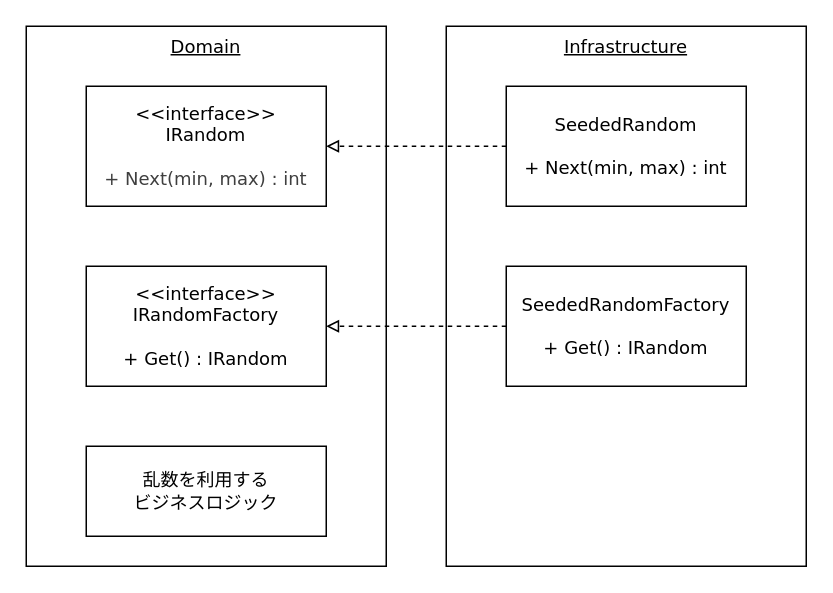
Before: page "Page-1" (1 of 2) of articles/4624baa67a9acc/random.drawio in ushibutatory/tech-images, a draw.io diagram. Source tidied: cells renumbered, new cells numbered last; positions are measured from the earlier drawing's top-left corner, leaving out a move shared by most shapes. Both pictures are drawn from the tidied source at 150%, with x=0, y=0 at pixel (26, 26).
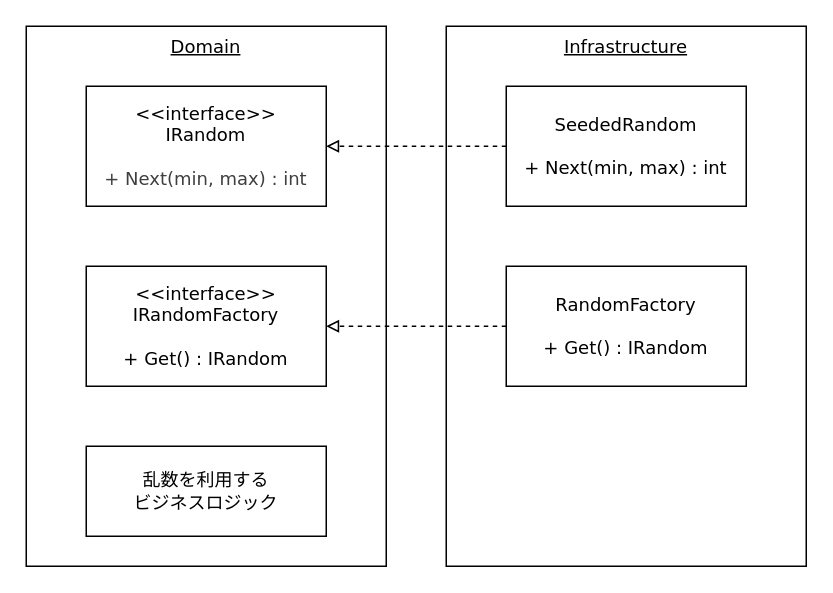
Above is the later version.

Diff of the diagram source:
```diff
@@
 <mxGraphModel background="#ffffff">
   <root>
     <mxCell id="0" />
     <mxCell id="1" parent="0" />
     <mxCell id="2" value="Domain" style="rounded=0;whiteSpace=wrap;html=1;verticalAlign=top;fontStyle=4;fontFamily=Verdana;" parent="1" vertex="1">
       <mxGeometry width="240" height="360" as="geometry" />
     </mxCell>
     <mxCell id="3" value="Infrastructure" style="rounded=0;whiteSpace=wrap;html=1;verticalAlign=top;fontStyle=4;fontFamily=Verdana;" parent="1" vertex="1">
       <mxGeometry x="280" width="240" height="360" as="geometry" />
     </mxCell>
     <mxCell id="4" value="&amp;lt;&amp;lt;interface&amp;gt;&amp;gt;&lt;div&gt;IRandom&lt;br&gt;&lt;/div&gt;&lt;div&gt;&lt;span style=&quot;color: rgb(63, 63, 63); background-color: transparent;&quot;&gt;&lt;br&gt;+ Next(min, max) : int&lt;/span&gt;&lt;/div&gt;" style="rounded=0;whiteSpace=wrap;html=1;fontFamily=Verdana;" parent="1" vertex="1">
       <mxGeometry x="40" y="40" width="160" height="80" as="geometry" />
     </mxCell>
     <mxCell id="5" value="&amp;lt;&amp;lt;interface&amp;gt;&amp;gt;&lt;div&gt;IRandomFactory&lt;/div&gt;&lt;div&gt;&lt;br&gt;&lt;/div&gt;&lt;div&gt;+ Get() : IRandom&lt;/div&gt;" style="rounded=0;whiteSpace=wrap;html=1;fontFamily=Verdana;" parent="1" vertex="1">
       <mxGeometry x="40" y="160" width="160" height="80" as="geometry" />
     </mxCell>
     <mxCell id="6" value="乱数を利用する&lt;br&gt;ビジネスロジック" style="rounded=0;whiteSpace=wrap;html=1;fontFamily=Verdana;" parent="1" vertex="1">
       <mxGeometry x="40" y="280" width="160" height="60" as="geometry" />
     </mxCell>
     <mxCell id="7" value="&lt;div&gt;SeededRandom&lt;/div&gt;&lt;div&gt;&lt;br&gt;&lt;/div&gt;&lt;div&gt;+ Next(min, max) : int&lt;/div&gt;" style="rounded=0;whiteSpace=wrap;html=1;fontFamily=Verdana;" parent="1" vertex="1">
       <mxGeometry x="320" y="40" width="160" height="80" as="geometry" />
     </mxCell>
-    <mxCell id="8" value="&lt;div&gt;SeededRandomFactory&lt;/div&gt;&lt;div&gt;&lt;br&gt;&lt;/div&gt;&lt;div&gt;+ Get() : IRandom&lt;/div&gt;" style="rounded=0;whiteSpace=wrap;html=1;fontFamily=Verdana;" parent="1" vertex="1">
+    <mxCell id="8" value="&lt;div&gt;RandomFactory&lt;/div&gt;&lt;div&gt;&lt;br&gt;&lt;/div&gt;&lt;div&gt;+ Get() : IRandom&lt;/div&gt;" style="rounded=0;whiteSpace=wrap;html=1;fontFamily=Verdana;" parent="1" vertex="1">
       <mxGeometry x="320" y="160" width="160" height="80" as="geometry" />
     </mxCell>
     <mxCell id="9" style="endArrow=block;html=1;endFill=0;dashed=1;fontFamily=Verdana;" parent="1" edge="1" source="7" target="4">
       <mxGeometry relative="1" as="geometry" />
     </mxCell>
     <mxCell id="10" style="endArrow=block;html=1;endFill=0;dashed=1;fontFamily=Verdana;" parent="1" edge="1" source="8" target="5">
       <mxGeometry relative="1" as="geometry" />
     </mxCell>
   </root>
 </mxGraphModel>
```
